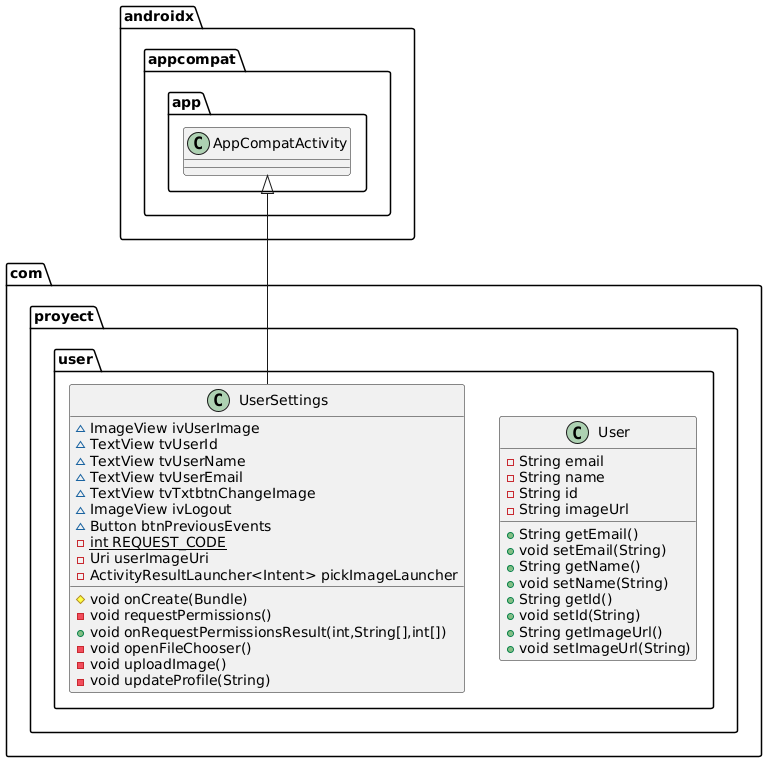
The PlantUML diagram DOCUMENTOS/Diagramas y esquemas/userUML.png in Diroween/Eventia, before a commit.
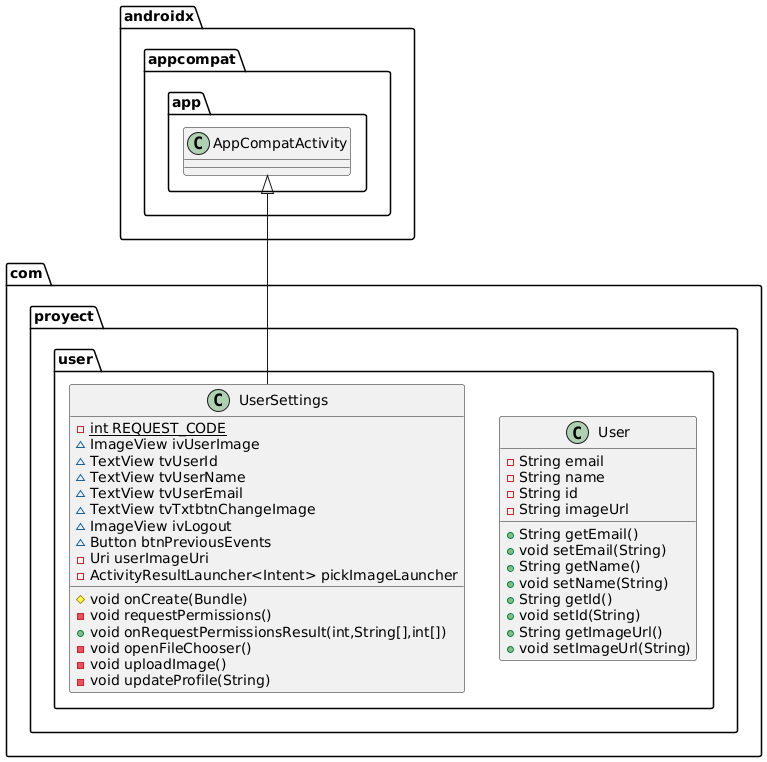
The same diagram one commit later.

Change to the diagram source:
```diff
@@ -1,5 +1,6 @@
 @startuml
 class com.proyect.user.UserSettings {
+- {static} int REQUEST_CODE
 ~ ImageView ivUserImage
 ~ TextView tvUserId
 ~ TextView tvUserName
@@ -7,7 +8,6 @@
 ~ TextView tvTxtbtnChangeImage
 ~ ImageView ivLogout
 ~ Button btnPreviousEvents
-- {static} int REQUEST_CODE
 - Uri userImageUri
 - ActivityResultLauncher<Intent> pickImageLauncher
 # void onCreate(Bundle)
```
